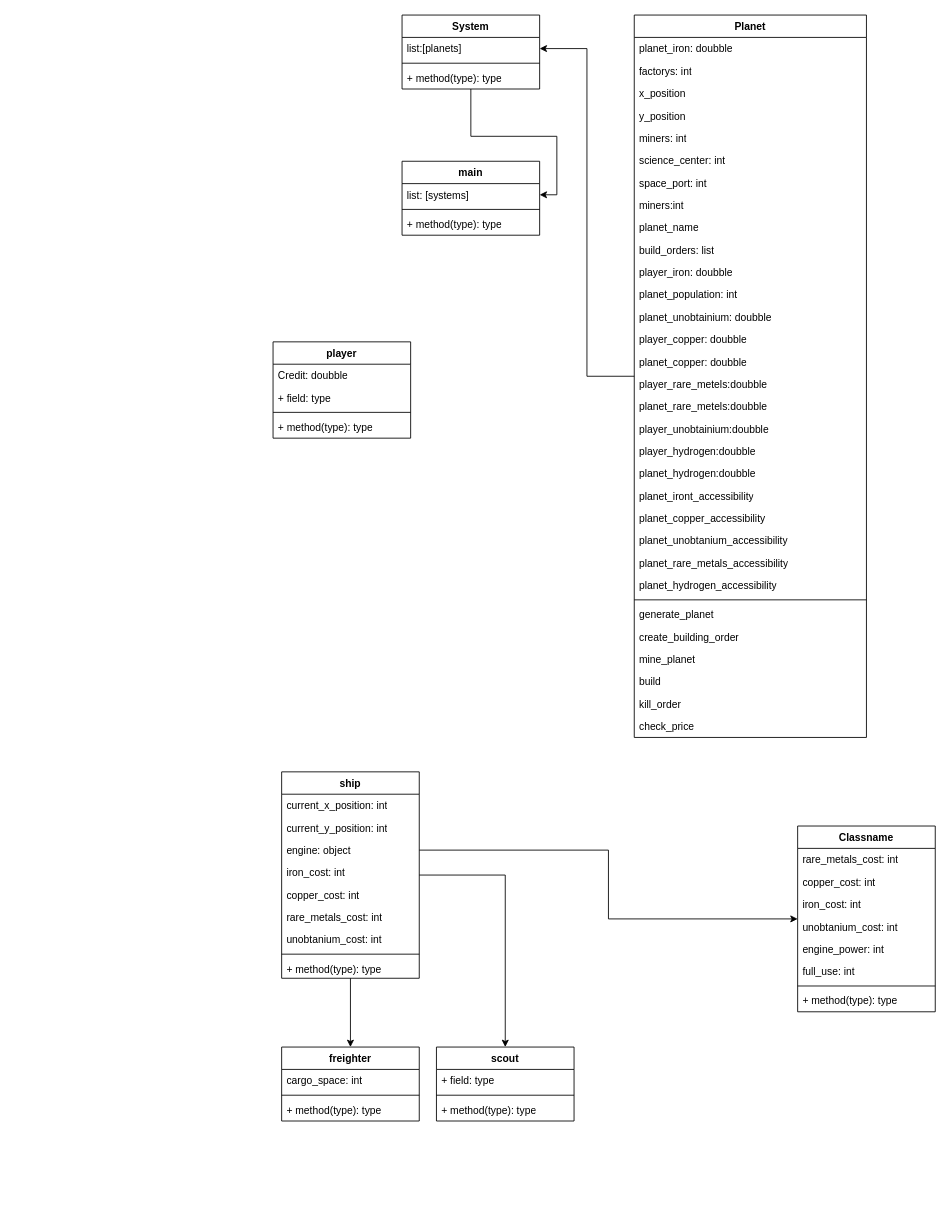
Earlier version of the draw.io diagram Ressorses/drawing and UML/UML.drawio (krixzy/space_survicers). Source tidied: cells renumbered, new cells numbered last; positions are measured from the earlier drawing's top-left corner, leaving out a move shared by most shapes. Both pictures are drawn from the tidied source at 86%, with x=0, y=0 at pixel (273, 15).
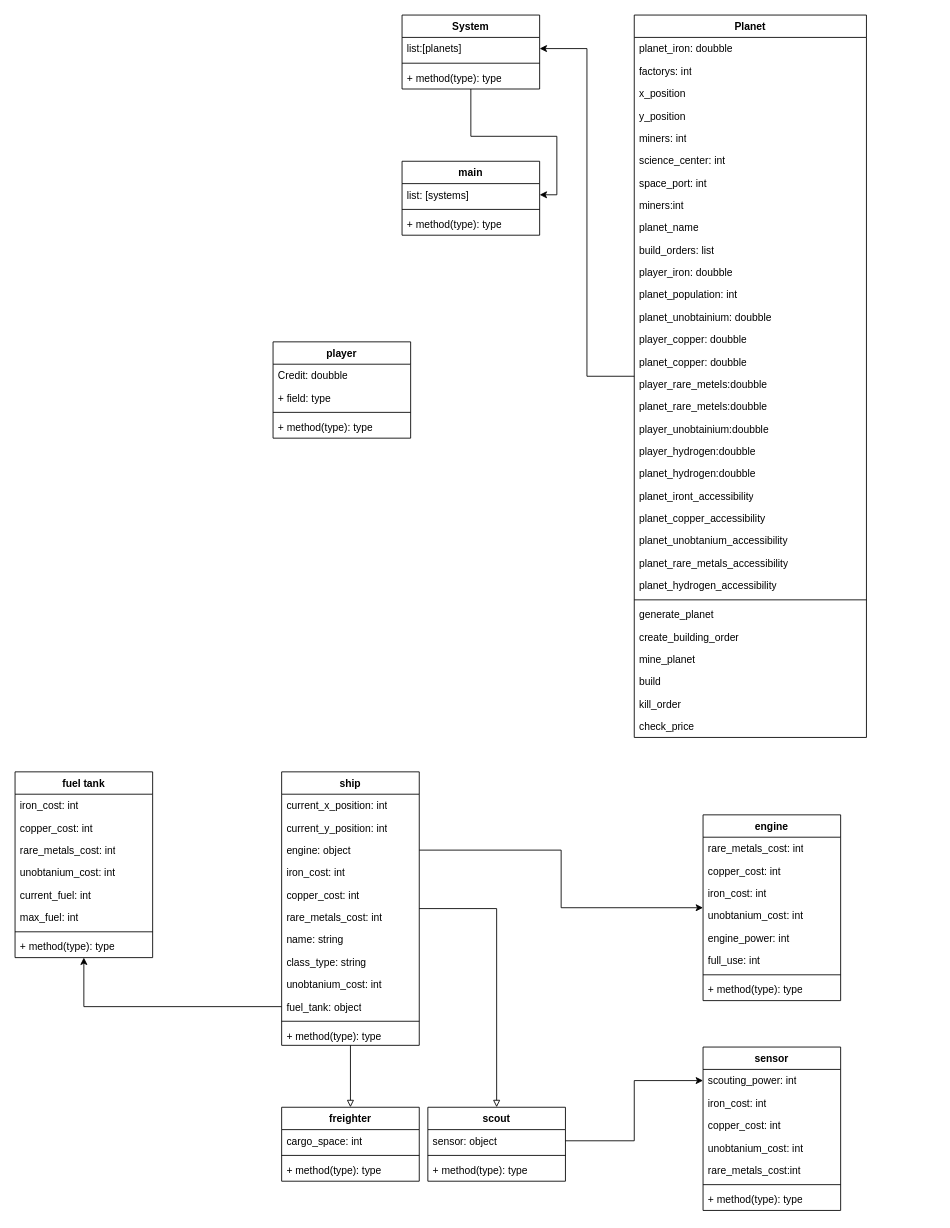
Above is the later version.

The edit, as a diff of the source:
```diff
@@
-    <mxCell id="50" style="edgeStyle=orthogonalEdgeStyle;rounded=0;jettySize=auto;html=1;entryX=0.5;entryY=0;entryDx=0;entryDy=0;" parent="1" edge="1" source="52" target="62">
+    <mxCell id="50" style="edgeStyle=orthogonalEdgeStyle;rounded=0;jettySize=auto;html=1;entryX=0.5;entryY=0;entryDx=0;entryDy=0;endArrow=block;endFill=0;" parent="1" edge="1" source="52" target="62">
       <mxGeometry relative="1" as="geometry" />
     </mxCell>
-    <mxCell id="51" style="edgeStyle=orthogonalEdgeStyle;rounded=0;jettySize=auto;html=1;entryX=0.5;entryY=0;entryDx=0;entryDy=0;" parent="1" edge="1" source="52" target="66">
+    <mxCell id="51" style="edgeStyle=orthogonalEdgeStyle;rounded=0;jettySize=auto;html=1;entryX=0.5;entryY=0;entryDx=0;entryDy=0;endArrow=block;endFill=0;" parent="1" edge="1" source="52" target="66">
       <mxGeometry relative="1" as="geometry" />
     </mxCell>
     <mxCell id="52" value="ship" style="swimlane;fontStyle=1;align=center;verticalAlign=top;horizontal=1;startSize=26;whiteSpace=wrap;html=1;" parent="1" vertex="1">
-      <mxGeometry x="10" y="880" width="160" height="240" as="geometry" />
+      <mxGeometry x="10" y="880" width="160" height="318" as="geometry" />
     </mxCell>
@@
+    <mxCell id="80" value="name: string" style="text;strokeColor=none;fillColor=none;align=left;verticalAlign=top;spacingLeft=4;spacingRight=4;overflow=hidden;whiteSpace=wrap;html=1;" parent="52" vertex="1">
+      <mxGeometry y="182" width="160" height="26" as="geometry" />
+    </mxCell>
+    <mxCell id="81" value="class_type: string" style="text;strokeColor=none;fillColor=none;align=left;verticalAlign=top;spacingLeft=4;spacingRight=4;overflow=hidden;whiteSpace=wrap;html=1;" parent="52" vertex="1">
+      <mxGeometry y="208" width="160" height="26" as="geometry" />
+    </mxCell>
     <mxCell id="59" value="unobtanium_cost: int" style="text;strokeColor=none;fillColor=none;align=left;verticalAlign=top;spacingLeft=4;spacingRight=4;overflow=hidden;whiteSpace=wrap;html=1;" parent="52" vertex="1">
-      <mxGeometry y="182" width="160" height="26" as="geometry" />
+      <mxGeometry y="234" width="160" height="26" as="geometry" />
     </mxCell>
+    <mxCell id="82" value="fuel_tank: object" style="text;strokeColor=none;fillColor=none;align=left;verticalAlign=top;spacingLeft=4;spacingRight=4;overflow=hidden;points=[[0,0.5],[1,0.5]];portConstraint=eastwest;whiteSpace=wrap;html=1;" parent="52" vertex="1">
+      <mxGeometry y="260" width="160" height="26" as="geometry" />
+    </mxCell>
     <mxCell id="60" style="line;strokeWidth=1;fillColor=none;align=left;verticalAlign=middle;spacingTop=-1;spacingLeft=3;spacingRight=3;labelPosition=right;strokeColor=inherit;" parent="52" vertex="1">
-      <mxGeometry y="208" width="160" height="8" as="geometry" />
+      <mxGeometry y="286" width="160" height="8" as="geometry" />
     </mxCell>
     <mxCell id="61" value="+ method(type): type" style="text;strokeColor=none;fillColor=none;align=left;verticalAlign=top;spacingLeft=4;spacingRight=4;overflow=hidden;whiteSpace=wrap;html=1;" parent="52" vertex="1">
-      <mxGeometry y="216" width="160" height="24" as="geometry" />
+      <mxGeometry y="294" width="160" height="24" as="geometry" />
     </mxCell>
     <mxCell id="62" value="scout" style="swimlane;fontStyle=1;align=center;verticalAlign=top;horizontal=1;startSize=26;whiteSpace=wrap;html=1;" parent="1" vertex="1">
-      <mxGeometry x="190" y="1200" width="160" height="86" as="geometry" />
+      <mxGeometry x="180" y="1270" width="160" height="86" as="geometry" />
     </mxCell>
-    <mxCell id="63" value="+ field: type" style="text;strokeColor=none;fillColor=none;align=left;verticalAlign=top;spacingLeft=4;spacingRight=4;overflow=hidden;points=[[0,0.5],[1,0.5]];portConstraint=eastwest;whiteSpace=wrap;html=1;" parent="62" vertex="1">
+    <mxCell id="63" value="sensor: object" style="text;strokeColor=none;fillColor=none;align=left;verticalAlign=top;spacingLeft=4;spacingRight=4;overflow=hidden;points=[[0,0.5],[1,0.5]];portConstraint=eastwest;whiteSpace=wrap;html=1;" parent="62" vertex="1">
       <mxGeometry y="26" width="160" height="26" as="geometry" />
     </mxCell>
@@
     <mxCell id="66" value="freighter" style="swimlane;fontStyle=1;align=center;verticalAlign=top;horizontal=1;startSize=26;whiteSpace=wrap;html=1;" parent="1" vertex="1">
-      <mxGeometry x="10" y="1200" width="160" height="86" as="geometry" />
+      <mxGeometry x="10" y="1270" width="160" height="86" as="geometry" />
     </mxCell>
@@
-    <mxCell id="70" value="Classname" style="swimlane;fontStyle=1;align=center;verticalAlign=top;horizontal=1;startSize=26;whiteSpace=wrap;html=1;" parent="1" vertex="1">
-      <mxGeometry x="610" y="943" width="160" height="216" as="geometry" />
+    <mxCell id="70" value="engine" style="swimlane;fontStyle=1;align=center;verticalAlign=top;horizontal=1;startSize=26;whiteSpace=wrap;html=1;" parent="1" vertex="1">
+      <mxGeometry x="500" y="930" width="160" height="216" as="geometry" />
     </mxCell>
@@
+    <mxCell id="83" value="sensor&lt;br&gt;&lt;br&gt;" style="swimlane;fontStyle=1;align=center;verticalAlign=top;horizontal=1;startSize=26;whiteSpace=wrap;html=1;" parent="1" vertex="1">
+      <mxGeometry x="500" y="1200" width="160" height="190" as="geometry" />
+    </mxCell>
+    <mxCell id="84" value="scouting_power: int" style="text;strokeColor=none;fillColor=none;align=left;verticalAlign=top;spacingLeft=4;spacingRight=4;overflow=hidden;points=[[0,0.5],[1,0.5]];portConstraint=eastwest;whiteSpace=wrap;html=1;" parent="83" vertex="1">
+      <mxGeometry y="26" width="160" height="26" as="geometry" />
+    </mxCell>
+    <mxCell id="85" value="iron_cost: int" style="text;strokeColor=none;fillColor=none;align=left;verticalAlign=top;spacingLeft=4;spacingRight=4;overflow=hidden;whiteSpace=wrap;html=1;" parent="83" vertex="1">
+      <mxGeometry y="52" width="160" height="26" as="geometry" />
+    </mxCell>
+    <mxCell id="86" value="copper_cost: int" style="text;strokeColor=none;fillColor=none;align=left;verticalAlign=top;spacingLeft=4;spacingRight=4;overflow=hidden;whiteSpace=wrap;html=1;" parent="83" vertex="1">
+      <mxGeometry y="78" width="160" height="26" as="geometry" />
+    </mxCell>
+    <mxCell id="87" value="unobtanium_cost: int" style="text;strokeColor=none;fillColor=none;align=left;verticalAlign=top;spacingLeft=4;spacingRight=4;overflow=hidden;whiteSpace=wrap;html=1;" parent="83" vertex="1">
+      <mxGeometry y="104" width="160" height="26" as="geometry" />
+    </mxCell>
+    <mxCell id="88" value="rare_metals_cost:int" style="text;strokeColor=none;fillColor=none;align=left;verticalAlign=top;spacingLeft=4;spacingRight=4;overflow=hidden;whiteSpace=wrap;html=1;" parent="83" vertex="1">
+      <mxGeometry y="130" width="160" height="26" as="geometry" />
+    </mxCell>
+    <mxCell id="89" style="line;strokeWidth=1;fillColor=none;align=left;verticalAlign=middle;spacingTop=-1;spacingLeft=3;spacingRight=3;labelPosition=right;strokeColor=inherit;" parent="83" vertex="1">
+      <mxGeometry y="156" width="160" height="8" as="geometry" />
+    </mxCell>
+    <mxCell id="90" value="+ method(type): type" style="text;strokeColor=none;fillColor=none;align=left;verticalAlign=top;spacingLeft=4;spacingRight=4;overflow=hidden;whiteSpace=wrap;html=1;" parent="83" vertex="1">
+      <mxGeometry y="164" width="160" height="26" as="geometry" />
+    </mxCell>
+    <mxCell id="91" style="edgeStyle=orthogonalEdgeStyle;rounded=0;jettySize=auto;html=1;entryX=0;entryY=0.5;entryDx=0;entryDy=0;" parent="1" edge="1" source="63" target="84">
+      <mxGeometry relative="1" as="geometry" />
+    </mxCell>
+    <mxCell id="92" value="fuel tank" style="swimlane;fontStyle=1;align=center;verticalAlign=top;horizontal=1;startSize=26;whiteSpace=wrap;html=1;" parent="1" vertex="1">
+      <mxGeometry x="-300" y="880" width="160" height="216" as="geometry" />
+    </mxCell>
+    <mxCell id="93" value="iron_cost: int" style="text;strokeColor=none;fillColor=none;align=left;verticalAlign=top;spacingLeft=4;spacingRight=4;overflow=hidden;whiteSpace=wrap;html=1;" parent="92" vertex="1">
+      <mxGeometry y="26" width="160" height="26" as="geometry" />
+    </mxCell>
+    <mxCell id="94" value="copper_cost: int&lt;br&gt;" style="text;strokeColor=none;fillColor=none;align=left;verticalAlign=top;spacingLeft=4;spacingRight=4;overflow=hidden;whiteSpace=wrap;html=1;" parent="92" vertex="1">
+      <mxGeometry y="52" width="160" height="26" as="geometry" />
+    </mxCell>
+    <mxCell id="95" value="rare_metals_cost: int" style="text;strokeColor=none;fillColor=none;align=left;verticalAlign=top;spacingLeft=4;spacingRight=4;overflow=hidden;whiteSpace=wrap;html=1;" parent="92" vertex="1">
+      <mxGeometry y="78" width="160" height="26" as="geometry" />
+    </mxCell>
+    <mxCell id="96" value="unobtanium_cost: int" style="text;strokeColor=none;fillColor=none;align=left;verticalAlign=top;spacingLeft=4;spacingRight=4;overflow=hidden;whiteSpace=wrap;html=1;" parent="92" vertex="1">
+      <mxGeometry y="104" width="160" height="26" as="geometry" />
+    </mxCell>
+    <mxCell id="97" value="current_fuel: int" style="text;strokeColor=none;fillColor=none;align=left;verticalAlign=top;spacingLeft=4;spacingRight=4;overflow=hidden;whiteSpace=wrap;html=1;" parent="92" vertex="1">
+      <mxGeometry y="130" width="160" height="26" as="geometry" />
+    </mxCell>
+    <mxCell id="98" value="max_fuel: int" style="text;strokeColor=none;fillColor=none;align=left;verticalAlign=top;spacingLeft=4;spacingRight=4;overflow=hidden;whiteSpace=wrap;html=1;" parent="92" vertex="1">
+      <mxGeometry y="156" width="160" height="26" as="geometry" />
+    </mxCell>
+    <mxCell id="99" style="line;strokeWidth=1;fillColor=none;align=left;verticalAlign=middle;spacingTop=-1;spacingLeft=3;spacingRight=3;labelPosition=right;strokeColor=inherit;" parent="92" vertex="1">
+      <mxGeometry y="182" width="160" height="8" as="geometry" />
+    </mxCell>
+    <mxCell id="100" value="+ method(type): type" style="text;strokeColor=none;fillColor=none;align=left;verticalAlign=top;spacingLeft=4;spacingRight=4;overflow=hidden;whiteSpace=wrap;html=1;" parent="92" vertex="1">
+      <mxGeometry y="190" width="160" height="26" as="geometry" />
+    </mxCell>
+    <mxCell id="101" style="edgeStyle=orthogonalEdgeStyle;rounded=0;jettySize=auto;html=1;" parent="1" edge="1" source="82" target="92">
+      <mxGeometry relative="1" as="geometry" />
+    </mxCell>
```
